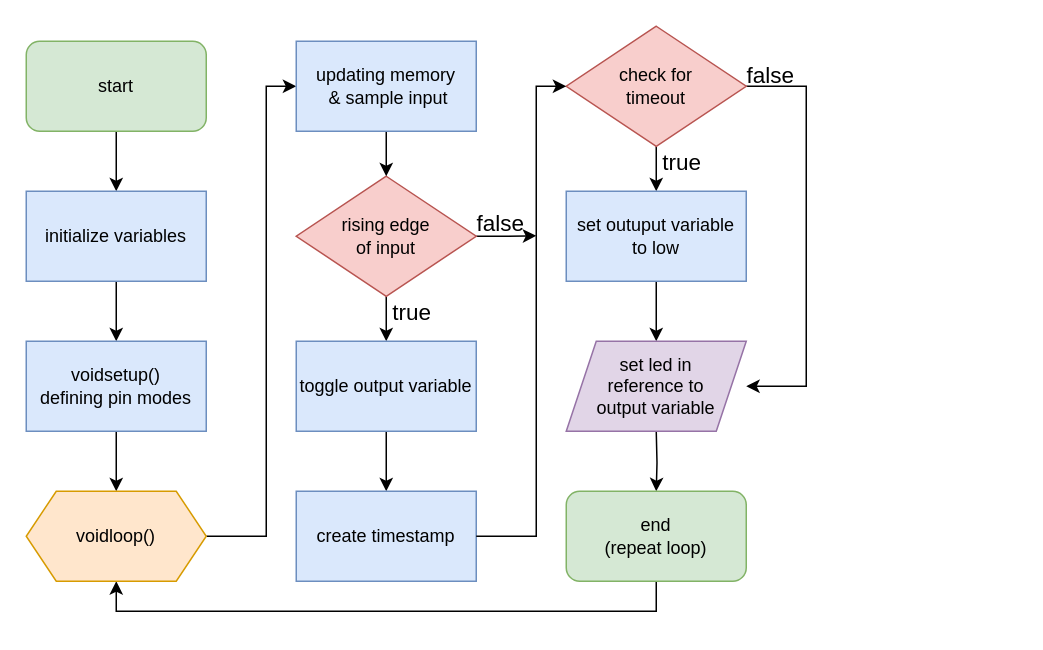
leandroebner/rwu keeps this draw.io diagram as microcontroller_lab/task2/draft.drawio. Above is the earlier version. Source tidied: cells renumbered, new cells numbered last; positions are measured from the earlier drawing's top-left corner, leaving out a move shared by most shapes. Both pictures are drawn from the tidied source at 150%, with x=0, y=0 at pixel (26, 26).
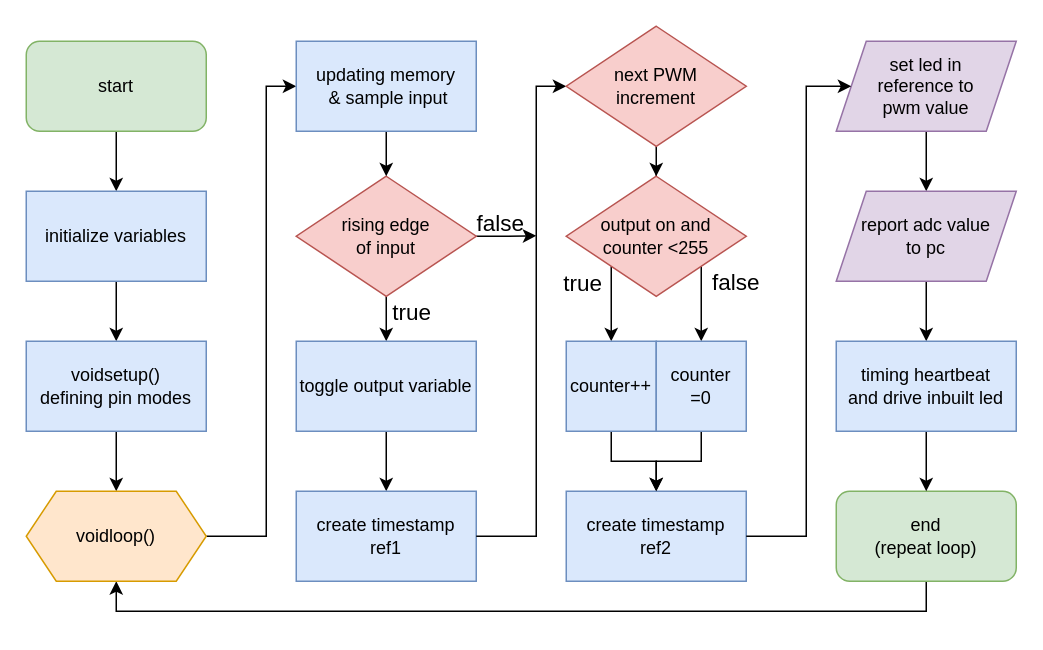
The same diagram, later.

Commit message:
finished flowchart

The edit, as a diff of the source:
```diff
@@
-    <mxCell id="14" value="create timestamp" style="rounded=0;whiteSpace=wrap;html=1;fillColor=#dae8fc;strokeColor=#6c8ebf;" parent="1" vertex="1">
+    <mxCell id="14" value="create timestamp&lt;br&gt;ref1" style="rounded=0;whiteSpace=wrap;html=1;fillColor=#dae8fc;strokeColor=#6c8ebf;" parent="1" vertex="1">
       <mxGeometry x="180" y="310" width="120" height="60" as="geometry" />
     </mxCell>
-    <mxCell id="15" style="edgeStyle=orthogonalEdgeStyle;rounded=0;jettySize=auto;html=1;" parent="1" edge="1" source="17" target="19">
-      <mxGeometry relative="1" as="geometry" />
-    </mxCell>
-    <mxCell id="16" style="edgeStyle=orthogonalEdgeStyle;rounded=0;jettySize=auto;html=1;exitX=1;exitY=0.5;exitDx=0;exitDy=0;entryX=1;entryY=0.5;entryDx=0;entryDy=0;" parent="1" edge="1" source="17">
-      <mxGeometry relative="1" as="geometry">
-        <mxPoint x="480" y="240" as="targetPoint" />
-        <Array as="points">
-          <mxPoint x="520" y="40" />
-          <mxPoint x="520" y="240" />
-        </Array>
-      </mxGeometry>
-    </mxCell>
-    <mxCell id="17" value="check for &lt;br&gt;timeout" style="rhombus;whiteSpace=wrap;html=1;fillColor=#f8cecc;strokeColor=#b85450;" parent="1" vertex="1">
-      <mxGeometry x="360" width="120" height="80" as="geometry" />
-    </mxCell>
-    <mxCell id="18" style="edgeStyle=orthogonalEdgeStyle;rounded=0;jettySize=auto;html=1;" parent="1" edge="1" source="19">
-      <mxGeometry relative="1" as="geometry">
-        <mxPoint x="420" y="210" as="targetPoint" />
-      </mxGeometry>
-    </mxCell>
-    <mxCell id="19" value="set outuput variable to low" style="rounded=0;whiteSpace=wrap;html=1;fillColor=#dae8fc;strokeColor=#6c8ebf;" parent="1" vertex="1">
-      <mxGeometry x="360" y="110" width="120" height="60" as="geometry" />
-    </mxCell>
@@
-    <mxCell id="21" style="edgeStyle=orthogonalEdgeStyle;rounded=0;jettySize=auto;html=1;" parent="1" edge="1" target="23">
-      <mxGeometry relative="1" as="geometry">
-        <mxPoint x="420" y="270" as="sourcePoint" />
-      </mxGeometry>
-    </mxCell>
     <mxCell id="22" style="edgeStyle=orthogonalEdgeStyle;rounded=0;jettySize=auto;html=1;exitX=0.5;exitY=1;exitDx=0;exitDy=0;entryX=0.5;entryY=1;entryDx=0;entryDy=0;" parent="1" edge="1" source="23">
       <mxGeometry relative="1" as="geometry">
         <mxPoint x="60" y="370" as="targetPoint" />
         <Array as="points">
-          <mxPoint x="420" y="390" />
+          <mxPoint x="600" y="390" />
           <mxPoint x="60" y="390" />
         </Array>
       </mxGeometry>
     </mxCell>
     <mxCell id="23" value="end&lt;br&gt;(repeat loop)" style="rounded=1;whiteSpace=wrap;html=1;fillColor=#d5e8d4;strokeColor=#82b366;" parent="1" vertex="1">
-      <mxGeometry x="360" y="310" width="120" height="60" as="geometry" />
+      <mxGeometry x="540" y="310" width="120" height="60" as="geometry" />
     </mxCell>
@@
-    <mxCell id="26" value="false" style="edgeLabel;html=1;align=center;verticalAlign=middle;fontSize=15;labelBackgroundColor=none;" parent="1" vertex="1">
-      <mxGeometry x="330" y="140" as="geometry">
-        <mxPoint x="165" y="-109" as="offset" />
-      </mxGeometry>
-    </mxCell>
-    <mxCell id="27" value="true" style="edgeLabel;html=1;align=center;verticalAlign=middle;fontSize=15;labelBackgroundColor=none;" parent="1" vertex="1">
-      <mxGeometry x="470" y="40" as="geometry">
-        <mxPoint x="-34" y="49" as="offset" />
-      </mxGeometry>
-    </mxCell>
@@
+    <mxCell id="33" style="edgeStyle=orthogonalEdgeStyle;rounded=0;jettySize=auto;html=1;" parent="1" edge="1" source="30" target="46">
+      <mxGeometry relative="1" as="geometry" />
+    </mxCell>
-    <mxCell id="30" value="set led in &lt;br&gt;reference to &lt;br&gt;output variable" style="shape=parallelogram;perimeter=parallelogramPerimeter;whiteSpace=wrap;html=1;fixedSize=1;fillColor=#e1d5e7;strokeColor=#9673a6;" parent="1" vertex="1">
-      <mxGeometry x="360" y="210" width="120" height="60" as="geometry" />
+    <mxCell id="30" value="set led in &lt;br&gt;reference to &lt;br&gt;pwm value" style="shape=parallelogram;perimeter=parallelogramPerimeter;whiteSpace=wrap;html=1;fixedSize=1;fillColor=#e1d5e7;strokeColor=#9673a6;" parent="1" vertex="1">
+      <mxGeometry x="540" y="10" width="120" height="60" as="geometry" />
     </mxCell>
@@
+    <mxCell id="34" style="edgeStyle=orthogonalEdgeStyle;rounded=0;jettySize=auto;html=1;" parent="1" edge="1" source="35" target="38">
+      <mxGeometry relative="1" as="geometry" />
+    </mxCell>
+    <mxCell id="35" value="next PWM&lt;br&gt;increment" style="rhombus;whiteSpace=wrap;html=1;fillColor=#f8cecc;strokeColor=#b85450;" parent="1" vertex="1">
+      <mxGeometry x="360" width="120" height="80" as="geometry" />
+    </mxCell>
+    <mxCell id="36" style="edgeStyle=orthogonalEdgeStyle;rounded=0;jettySize=auto;html=1;exitX=0;exitY=1;exitDx=0;exitDy=0;entryX=0.5;entryY=0;entryDx=0;entryDy=0;" parent="1" edge="1" source="38" target="40">
+      <mxGeometry relative="1" as="geometry" />
+    </mxCell>
+    <mxCell id="27" value="true" style="edgeLabel;html=1;align=center;verticalAlign=middle;fontSize=15;" parent="36" vertex="1">
+      <mxGeometry x="-0.41" y="1" relative="1" as="geometry">
+        <mxPoint x="-21" y="-11" as="offset" />
+      </mxGeometry>
+    </mxCell>
+    <mxCell id="37" style="edgeStyle=orthogonalEdgeStyle;rounded=0;jettySize=auto;html=1;exitX=1;exitY=1;exitDx=0;exitDy=0;entryX=0.5;entryY=0;entryDx=0;entryDy=0;" parent="1" edge="1" source="38" target="44">
+      <mxGeometry relative="1" as="geometry" />
+    </mxCell>
+    <mxCell id="38" value="output on and&lt;br&gt;counter &amp;lt;255" style="rhombus;whiteSpace=wrap;html=1;fillColor=#f8cecc;strokeColor=#b85450;" parent="1" vertex="1">
+      <mxGeometry x="360" y="100" width="120" height="80" as="geometry" />
+    </mxCell>
+    <mxCell id="39" style="edgeStyle=orthogonalEdgeStyle;rounded=0;jettySize=auto;html=1;" parent="1" edge="1" source="40" target="41">
+      <mxGeometry relative="1" as="geometry" />
+    </mxCell>
+    <mxCell id="40" value="counter++" style="rounded=0;whiteSpace=wrap;html=1;fillColor=#dae8fc;strokeColor=#6c8ebf;" parent="1" vertex="1">
+      <mxGeometry x="360" y="210" width="60" height="60" as="geometry" />
+    </mxCell>
+    <mxCell id="41" value="create timestamp&lt;br&gt;ref2" style="rounded=0;whiteSpace=wrap;html=1;fillColor=#dae8fc;strokeColor=#6c8ebf;" parent="1" vertex="1">
+      <mxGeometry x="360" y="310" width="120" height="60" as="geometry" />
+    </mxCell>
+    <mxCell id="42" style="edgeStyle=orthogonalEdgeStyle;rounded=0;jettySize=auto;html=1;exitX=1;exitY=0.5;exitDx=0;exitDy=0;entryX=0;entryY=0.5;entryDx=0;entryDy=0;" parent="1" edge="1" target="30">
+      <mxGeometry relative="1" as="geometry">
+        <mxPoint x="480" y="340" as="sourcePoint" />
+        <Array as="points">
+          <mxPoint x="520" y="340" />
+          <mxPoint x="520" y="40" />
+        </Array>
+      </mxGeometry>
+    </mxCell>
+    <mxCell id="43" style="edgeStyle=orthogonalEdgeStyle;rounded=0;jettySize=auto;html=1;exitX=0.5;exitY=1;exitDx=0;exitDy=0;entryX=0.5;entryY=0;entryDx=0;entryDy=0;" parent="1" edge="1" source="44" target="41">
+      <mxGeometry relative="1" as="geometry" />
+    </mxCell>
+    <mxCell id="44" value="counter&lt;br&gt;=0" style="rounded=0;whiteSpace=wrap;html=1;fillColor=#dae8fc;strokeColor=#6c8ebf;" parent="1" vertex="1">
+      <mxGeometry x="420" y="210" width="60" height="60" as="geometry" />
+    </mxCell>
+    <mxCell id="26" value="false" style="edgeLabel;html=1;align=center;verticalAlign=middle;fontSize=15;" parent="1" vertex="1">
+      <mxGeometry x="420" y="160" as="geometry">
+        <mxPoint x="52" y="9" as="offset" />
+      </mxGeometry>
+    </mxCell>
+    <mxCell id="45" style="edgeStyle=orthogonalEdgeStyle;rounded=0;jettySize=auto;html=1;" parent="1" edge="1" source="46" target="48">
+      <mxGeometry relative="1" as="geometry" />
+    </mxCell>
+    <mxCell id="46" value="report adc value&lt;br&gt;to pc" style="shape=parallelogram;perimeter=parallelogramPerimeter;whiteSpace=wrap;html=1;fixedSize=1;fillColor=#e1d5e7;strokeColor=#9673a6;" parent="1" vertex="1">
+      <mxGeometry x="540" y="110" width="120" height="60" as="geometry" />
+    </mxCell>
+    <mxCell id="47" style="edgeStyle=orthogonalEdgeStyle;rounded=0;jettySize=auto;html=1;" parent="1" edge="1" source="48" target="23">
+      <mxGeometry relative="1" as="geometry" />
+    </mxCell>
+    <mxCell id="48" value="timing heartbeat&lt;br&gt;and drive inbuilt led" style="rounded=0;whiteSpace=wrap;html=1;fillColor=#dae8fc;strokeColor=#6c8ebf;" parent="1" vertex="1">
+      <mxGeometry x="540" y="210" width="120" height="60" as="geometry" />
+    </mxCell>
```
